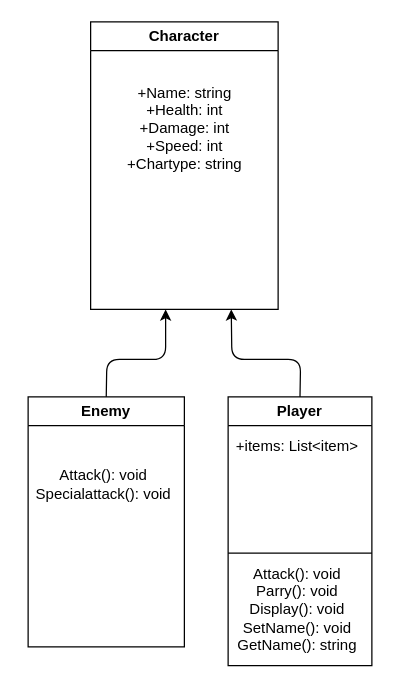
Earlier version of the draw.io diagram diagram.drawio (te22a-Lee-Theo/WinterProject). Source tidied: cells renumbered, new cells numbered last; positions are measured from the earlier drawing's top-left corner, leaving out a move shared by most shapes. Both pictures are drawn from the tidied source at 125%, with x=0, y=0 at pixel (21, 21).
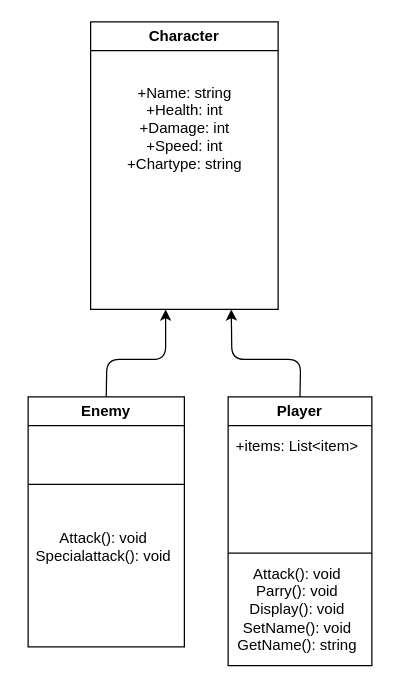
The same page after the edit.

Diff of the diagram source:
```diff
@@
 <mxGraphModel>
   <root>
     <mxCell id="0" />
     <mxCell id="1" parent="0" />
     <mxCell id="2" value="Character" style="swimlane;whiteSpace=wrap;html=1;" parent="1" vertex="1">
       <mxGeometry x="55" width="150" height="230" as="geometry" />
     </mxCell>
     <mxCell id="3" value="+Name: string&lt;br&gt;+Health: int&lt;br&gt;+Damage: int&lt;br&gt;+Speed: int&lt;br&gt;+Chartype: string" style="text;html=1;align=center;verticalAlign=middle;strokeColor=none;fillColor=none;" parent="2" vertex="1">
       <mxGeometry x="15" y="40" width="120" height="90" as="geometry" />
     </mxCell>
     <mxCell id="4" value="Player" style="swimlane;whiteSpace=wrap;html=1;" parent="1" vertex="1">
       <mxGeometry x="165" y="300" width="115" height="215" as="geometry" />
     </mxCell>
     <mxCell id="5" value="Attack(): void&lt;br&gt;Parry(): void&lt;br&gt;Display(): void&lt;br&gt;SetName(): void&lt;br&gt;GetName(): string" style="text;html=1;align=center;verticalAlign=middle;strokeColor=none;fillColor=none;" parent="4" vertex="1">
       <mxGeometry x="-5" y="125" width="120" height="90" as="geometry" />
     </mxCell>
     <mxCell id="6" value="+items: List&amp;lt;item&amp;gt;" style="text;html=1;align=center;verticalAlign=middle;strokeColor=none;fillColor=none;" parent="4" vertex="1">
       <mxGeometry x="-5" y="25" width="120" height="30" as="geometry" />
     </mxCell>
     <mxCell id="7" style="endArrow=none;html=1;" parent="4" edge="1">
       <mxGeometry relative="1" as="geometry">
         <mxPoint y="125" as="sourcePoint" />
         <mxPoint x="115" y="125" as="targetPoint" />
       </mxGeometry>
     </mxCell>
     <mxCell id="8" style="edgeStyle=none;html=1;exitX=0.5;exitY=0;exitDx=0;exitDy=0;" parent="1" edge="1" source="9">
       <mxGeometry relative="1" as="geometry">
         <mxPoint x="115" y="230" as="targetPoint" />
         <Array as="points">
           <mxPoint x="68" y="270" />
           <mxPoint x="115" y="270" />
         </Array>
       </mxGeometry>
     </mxCell>
     <mxCell id="9" value="Enemy" style="swimlane;whiteSpace=wrap;html=1;" parent="1" vertex="1">
       <mxGeometry x="5" y="300" width="125" height="200" as="geometry" />
     </mxCell>
     <mxCell id="10" value="Attack(): void&lt;br&gt;Specialattack(): void" style="text;html=1;align=center;verticalAlign=middle;strokeColor=none;fillColor=none;" parent="9" vertex="1">
-      <mxGeometry x="-5" y="50" width="130" height="40" as="geometry" />
+      <mxGeometry x="-5" y="100" width="130" height="40" as="geometry" />
     </mxCell>
+    <mxCell id="12" style="endArrow=none;html=1;" parent="9" edge="1">
+      <mxGeometry relative="1" as="geometry">
+        <mxPoint y="70" as="sourcePoint" />
+        <mxPoint x="125" y="70" as="targetPoint" />
+      </mxGeometry>
+    </mxCell>
     <mxCell id="11" style="endArrow=classic;html=1;exitX=0.5;exitY=0;exitDx=0;exitDy=0;entryX=0.75;entryY=1;entryDx=0;entryDy=0;" parent="1" edge="1" source="4" target="2">
       <mxGeometry relative="1" as="geometry">
         <Array as="points">
           <mxPoint x="223" y="270" />
           <mxPoint x="168" y="270" />
         </Array>
       </mxGeometry>
     </mxCell>
   </root>
 </mxGraphModel>
```
